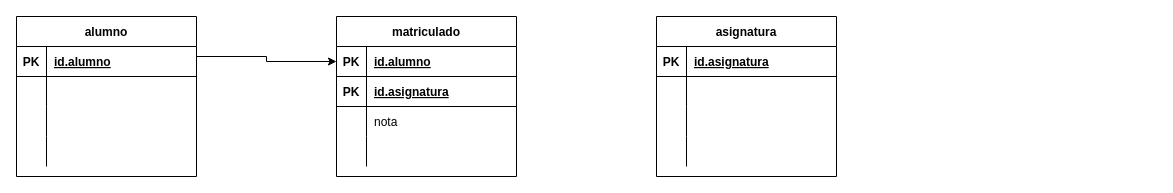
JCarlosAR032/base-de-datos keeps this draw.io diagram as page "Ejercicio 9" (9 of 9) of Tareas/Tema 3/Tarea 1/Tarea 1.drawio. Above is the earlier version. Source tidied: cells renumbered, new cells numbered last; positions are measured from the earlier drawing's top-left corner, leaving out a move shared by most shapes. Both pictures are drawn from the tidied source at 100%, with x=0, y=0 at pixel (16, 16).
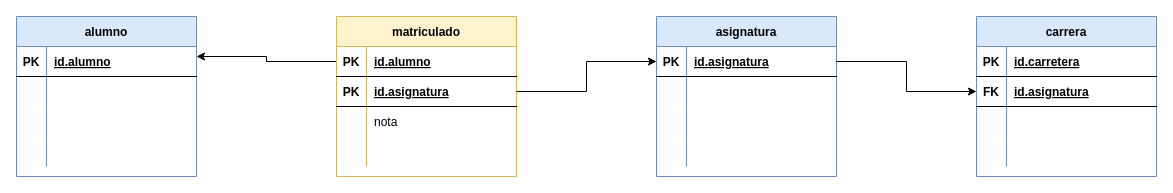
The same diagram, later.

Unchanged cells that the change refers to:
```xml
<mxCell id="17" style="shape=tableRow;horizontal=0;startSize=0;swimlaneHead=0;swimlaneBody=0;fillColor=none;points=[[0,0.5],[1,0.5]];portConstraint=eastwest;top=0;left=0;right=0;bottom=1;" parent="16" vertex="1">
  <mxGeometry y="30" width="180" height="30" as="geometry" />
</mxCell>
<mxCell id="30" style="shape=tableRow;horizontal=0;startSize=0;swimlaneHead=0;swimlaneBody=0;fillColor=none;points=[[0,0.5],[1,0.5]];portConstraint=eastwest;top=0;left=0;right=0;bottom=1;" parent="29" vertex="1">
  <mxGeometry y="30" width="180" height="30" as="geometry" />
</mxCell>
<mxCell id="33" style="shape=tableRow;horizontal=0;startSize=0;swimlaneHead=0;swimlaneBody=0;fillColor=none;points=[[0,0.5],[1,0.5]];portConstraint=eastwest;top=0;left=0;right=0;bottom=1;" parent="29" vertex="1">
  <mxGeometry y="60" width="180" height="30" as="geometry" />
</mxCell>
```

Diff of the diagram source:
```diff
@@
-    <mxCell id="2" style="edgeStyle=orthogonalEdgeStyle;rounded=0;jettySize=auto;html=1;exitX=1;exitY=0.25;exitDx=0;exitDy=0;entryX=0;entryY=0.5;entryDx=0;entryDy=0;startArrow=none;startFill=0;endArrow=classic;endFill=1;" parent="1" edge="1" source="3" target="30">
+    <mxCell id="2" style="edgeStyle=orthogonalEdgeStyle;rounded=0;jettySize=auto;html=1;exitX=1;exitY=0.25;exitDx=0;exitDy=0;entryX=0;entryY=0.5;entryDx=0;entryDy=0;startArrow=classic;startFill=1;endArrow=none;endFill=0;" parent="1" edge="1" source="3" target="30">
       <mxGeometry relative="1" as="geometry" />
     </mxCell>
-    <mxCell id="3" value="alumno" style="shape=table;startSize=30;childLayout=tableLayout;rowLines=0;fontStyle=1;align=center;" parent="1" vertex="1">
+    <mxCell id="3" value="alumno" style="shape=table;startSize=30;childLayout=tableLayout;rowLines=0;fontStyle=1;align=center;fillColor=#dae8fc;strokeColor=#6c8ebf;" parent="1" vertex="1">
       <mxGeometry width="180" height="160" as="geometry" />
     </mxCell>
@@
-    <mxCell id="10" style="shape=tableRow;horizontal=0;startSize=0;swimlaneHead=0;swimlaneBody=0;fillColor=none;top=0;left=0;right=0;bottom=0;" parent="3" vertex="1">
+    <mxCell id="10" style="shape=tableRow;horizontal=0;startSize=0;swimlaneHead=0;swimlaneBody=0;fillColor=none;top=0;left=0;right=0;bottom=0;strokeColor=#6c8ebf;" parent="3" vertex="1">
       <mxGeometry y="90" width="180" height="30" as="geometry" />
     </mxCell>
@@
-    <mxCell id="16" value="asignatura" style="shape=table;startSize=30;childLayout=tableLayout;rowLines=0;fontStyle=1;align=center;" parent="1" vertex="1">
+    <mxCell id="16" value="asignatura" style="shape=table;startSize=30;childLayout=tableLayout;rowLines=0;fontStyle=1;align=center;fillColor=#dae8fc;strokeColor=#6c8ebf;" parent="1" vertex="1">
       <mxGeometry x="640" width="180" height="160" as="geometry" />
     </mxCell>
@@
-    <mxCell id="29" value="matriculado" style="shape=table;startSize=30;childLayout=tableLayout;rowLines=0;fontStyle=1;align=center;" parent="1" vertex="1">
+    <mxCell id="29" value="matriculado" style="shape=table;startSize=30;childLayout=tableLayout;rowLines=0;fontStyle=1;align=center;fillColor=#fff2cc;strokeColor=#d6b656;" parent="1" vertex="1">
       <mxGeometry x="320" width="180" height="160" as="geometry" />
     </mxCell>
@@
+    <mxCell id="42" style="edgeStyle=orthogonalEdgeStyle;rounded=0;jettySize=auto;html=1;exitX=1;exitY=0.5;exitDx=0;exitDy=0;entryX=0;entryY=0.5;entryDx=0;entryDy=0;startArrow=none;startFill=0;endArrow=classic;endFill=1;" parent="1" edge="1" source="33" target="17">
+      <mxGeometry relative="1" as="geometry" />
+    </mxCell>
+    <mxCell id="43" value="carrera" style="shape=table;startSize=30;childLayout=tableLayout;rowLines=0;fontStyle=1;align=center;fillColor=#dae8fc;strokeColor=#6c8ebf;" parent="1" vertex="1">
+      <mxGeometry x="960" width="180" height="160" as="geometry" />
+    </mxCell>
+    <mxCell id="44" style="shape=tableRow;horizontal=0;startSize=0;swimlaneHead=0;swimlaneBody=0;fillColor=none;top=0;left=0;right=0;bottom=1;" parent="43" vertex="1">
+      <mxGeometry y="30" width="180" height="30" as="geometry" />
+    </mxCell>
+    <mxCell id="45" value="PK" style="shape=partialRectangle;fillColor=none;top=0;left=0;bottom=0;right=0;fontStyle=1;overflow=hidden;" parent="44" vertex="1">
+      <mxGeometry width="30" height="30" as="geometry" />
+    </mxCell>
+    <mxCell id="46" value="id.carretera" style="shape=partialRectangle;fillColor=none;top=0;left=0;bottom=0;right=0;align=left;spacingLeft=6;fontStyle=5;overflow=hidden;" parent="44" vertex="1">
+      <mxGeometry x="30" width="150" height="30" as="geometry" />
+    </mxCell>
+    <mxCell id="47" style="shape=tableRow;horizontal=0;startSize=0;swimlaneHead=0;swimlaneBody=0;fillColor=none;points=[[0,0.5],[1,0.5]];portConstraint=eastwest;top=0;left=0;right=0;bottom=1;" parent="43" vertex="1">
+      <mxGeometry y="60" width="180" height="30" as="geometry" />
+    </mxCell>
+    <mxCell id="48" value="FK" style="shape=partialRectangle;fillColor=none;top=0;left=0;bottom=0;right=0;fontStyle=1;overflow=hidden;" parent="47" vertex="1">
+      <mxGeometry width="30" height="30" as="geometry" />
+    </mxCell>
+    <mxCell id="49" value="id.asignatura" style="shape=partialRectangle;fillColor=none;top=0;left=0;bottom=0;right=0;align=left;spacingLeft=6;fontStyle=5;overflow=hidden;" parent="47" vertex="1">
+      <mxGeometry x="30" width="150" height="30" as="geometry" />
+    </mxCell>
+    <mxCell id="50" style="shape=tableRow;horizontal=0;startSize=0;swimlaneHead=0;swimlaneBody=0;fillColor=none;top=0;left=0;right=0;bottom=0;" parent="43" vertex="1">
+      <mxGeometry y="90" width="180" height="30" as="geometry" />
+    </mxCell>
+    <mxCell id="51" style="shape=partialRectangle;fillColor=none;top=0;left=0;bottom=0;right=0;overflow=hidden;" parent="50" vertex="1">
+      <mxGeometry width="30" height="30" as="geometry" />
+    </mxCell>
+    <mxCell id="52" style="shape=partialRectangle;fillColor=none;top=0;left=0;bottom=0;right=0;align=left;spacingLeft=6;overflow=hidden;" parent="50" vertex="1">
+      <mxGeometry x="30" width="150" height="30" as="geometry" />
+    </mxCell>
+    <mxCell id="53" style="shape=tableRow;horizontal=0;startSize=0;swimlaneHead=0;swimlaneBody=0;fillColor=none;top=0;left=0;right=0;bottom=0;" parent="43" vertex="1">
+      <mxGeometry y="120" width="180" height="30" as="geometry" />
+    </mxCell>
+    <mxCell id="54" style="shape=partialRectangle;fillColor=none;top=0;left=0;bottom=0;right=0;overflow=hidden;" parent="53" vertex="1">
+      <mxGeometry width="30" height="30" as="geometry" />
+    </mxCell>
+    <mxCell id="55" style="shape=partialRectangle;fillColor=none;top=0;left=0;bottom=0;right=0;align=left;spacingLeft=6;overflow=hidden;" parent="53" vertex="1">
+      <mxGeometry x="30" width="150" height="30" as="geometry" />
+    </mxCell>
+    <mxCell id="56" style="edgeStyle=orthogonalEdgeStyle;rounded=0;jettySize=auto;html=1;exitX=1;exitY=0.5;exitDx=0;exitDy=0;entryX=0;entryY=0.5;entryDx=0;entryDy=0;startArrow=none;startFill=0;endArrow=classic;endFill=1;" parent="1" edge="1" source="17" target="47">
+      <mxGeometry relative="1" as="geometry" />
+    </mxCell>
```
